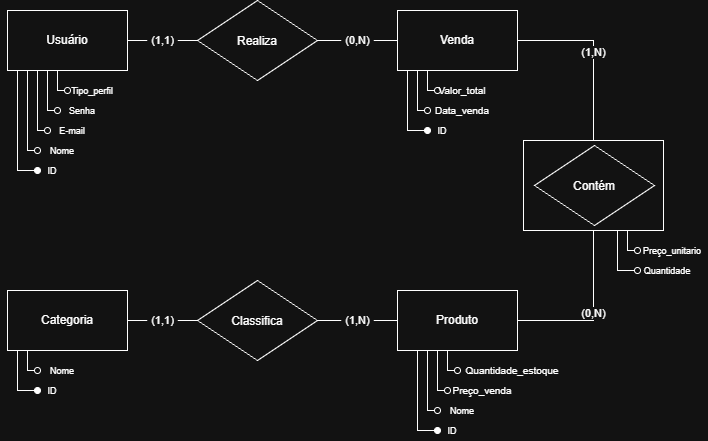
Above: Modelo_conceitual/Modelo_conceitual.drawio.png in nycollasHolanda/Trilha_Back-end (draw.io), before the change. Source tidied: cells renumbered, new cells last; positions are measured from the earlier drawing's top-left corner, leaving out a move shared by most shapes.
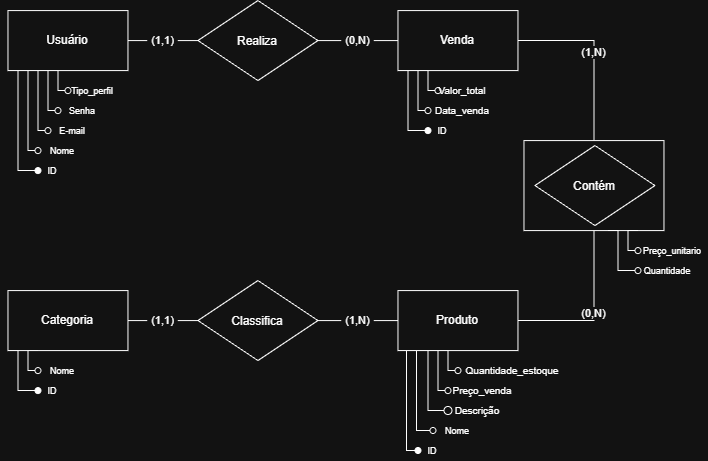
Later version of the same file.

Commit message:
docs: adiciona o atributo descrição ao modelo conceitual e lógico

Diff of the diagram source:
```diff
@@ -2,22 +2,22 @@
   <root>
     <mxCell id="0" />
     <mxCell id="1" parent="0" />
-    <mxCell id="2" style="edgeStyle=orthogonalEdgeStyle;rounded=0;jettySize=auto;html=1;exitX=0;exitY=1;exitDx=0;exitDy=0;defaultLabelBackgroundColor=page;labelPadding=0 4;endArrow=oval;endFill=1;entryX=0;entryY=0.5;entryDx=0;entryDy=0;" parent="1" edge="1" source="7" target="8">
-      <mxGeometry x="-0.45" relative="1" as="geometry">
-        <Array as="points">
-          <mxPoint x="10" y="70" />
-          <mxPoint x="10" y="170" />
-        </Array>
-      </mxGeometry>
-    </mxCell>
-    <mxCell id="3" style="edgeStyle=orthogonalEdgeStyle;rounded=0;jettySize=auto;html=1;exitX=0.25;exitY=1;exitDx=0;exitDy=0;defaultLabelBackgroundColor=page;labelPadding=0 4;endArrow=oval;endFill=0;entryX=0;entryY=0.5;entryDx=0;entryDy=0;" parent="1" edge="1" source="7" target="9">
-      <mxGeometry x="0.33" relative="1" as="geometry">
-        <Array as="points">
-          <mxPoint x="20" y="70" />
-          <mxPoint x="20" y="150" />
-        </Array>
-      </mxGeometry>
-    </mxCell>
+    <mxCell id="48" style="edgeStyle=orthogonalEdgeStyle;rounded=0;jettySize=auto;html=1;exitX=0;exitY=1;exitDx=0;exitDy=0;defaultLabelBackgroundColor=page;labelPadding=0 4;endArrow=oval;endFill=1;entryX=0;entryY=0.5;entryDx=0;entryDy=0;" parent="1" edge="1" source="7" target="50">
+      <mxGeometry x="-0.45" relative="1" as="geometry">
+        <Array as="points">
+          <mxPoint x="10" y="70" />
+          <mxPoint x="10" y="170" />
+        </Array>
+      </mxGeometry>
+    </mxCell>
+    <mxCell id="49" style="edgeStyle=orthogonalEdgeStyle;rounded=0;jettySize=auto;html=1;exitX=0.25;exitY=1;exitDx=0;exitDy=0;defaultLabelBackgroundColor=page;labelPadding=0 4;endArrow=oval;endFill=0;entryX=0;entryY=0.5;entryDx=0;entryDy=0;" parent="1" edge="1" source="7" target="51">
+      <mxGeometry x="0.33" relative="1" as="geometry">
+        <Array as="points">
+          <mxPoint x="20" y="70" />
+          <mxPoint x="20" y="150" />
+        </Array>
+      </mxGeometry>
+    </mxCell>
     <mxCell id="4" style="edgeStyle=orthogonalEdgeStyle;rounded=0;jettySize=auto;html=1;exitX=0;exitY=1;exitDx=0;exitDy=0;defaultLabelBackgroundColor=page;labelPadding=0 4;endArrow=oval;endFill=0;entryX=0;entryY=0.5;entryDx=0;entryDy=0;" parent="1" edge="1" source="7" target="10">
       <mxGeometry x="-0.06" relative="1" as="geometry">
         <Array as="points">
@@ -46,12 +46,12 @@
     <mxCell id="7" value="Usuário" style="rounded=0;whiteSpace=wrap;html=1;" parent="1" vertex="1">
       <mxGeometry y="10" width="120" height="60" as="geometry" />
     </mxCell>
-    <mxCell id="8" value="&lt;font style=&quot;font-size: 9px;&quot;&gt;ID&lt;/font&gt;" style="text;html=1;whiteSpace=wrap;strokeColor=none;fillColor=none;align=center;verticalAlign=middle;rounded=0;" parent="1" vertex="1">
-      <mxGeometry x="30" y="160" width="30" height="20" as="geometry" />
-    </mxCell>
-    <mxCell id="9" value="&lt;font style=&quot;font-size: 9px;&quot;&gt;Nome&lt;/font&gt;" style="text;html=1;whiteSpace=wrap;strokeColor=none;fillColor=none;align=center;verticalAlign=middle;rounded=0;" parent="1" vertex="1">
-      <mxGeometry x="30" y="140" width="50" height="20" as="geometry" />
-    </mxCell>
+    <mxCell id="50" value="&lt;font style=&quot;font-size: 9px;&quot;&gt;ID&lt;/font&gt;" style="text;html=1;whiteSpace=wrap;strokeColor=none;fillColor=none;align=center;verticalAlign=middle;rounded=0;" parent="1" vertex="1">
+      <mxGeometry x="30" y="160" width="30" height="20" as="geometry" />
+    </mxCell>
+    <mxCell id="51" value="&lt;font style=&quot;font-size: 9px;&quot;&gt;Nome&lt;/font&gt;" style="text;html=1;whiteSpace=wrap;strokeColor=none;fillColor=none;align=center;verticalAlign=middle;rounded=0;" parent="1" vertex="1">
+      <mxGeometry x="30" y="140" width="50" height="20" as="geometry" />
+    </mxCell>
     <mxCell id="10" value="&lt;font style=&quot;font-size: 9px;&quot;&gt;E-mail&lt;/font&gt;" style="text;html=1;whiteSpace=wrap;strokeColor=none;fillColor=none;align=center;verticalAlign=middle;rounded=0;" parent="1" vertex="1">
       <mxGeometry x="40" y="120" width="50" height="20" as="geometry" />
     </mxCell>
@@ -72,14 +72,14 @@
     <mxCell id="15" value="(1,1)" style="edgeStyle=orthogonalEdgeStyle;rounded=0;jettySize=auto;html=1;exitX=1;exitY=0.5;exitDx=0;exitDy=0;entryX=0;entryY=0.5;entryDx=0;entryDy=0;defaultLabelBackgroundColor=page;labelPadding=0 4;startArrow=none;startFill=0;endArrow=none;endFill=0;shadow=0;" parent="1" edge="1" source="7" target="14">
       <mxGeometry relative="1" as="geometry" />
     </mxCell>
-    <mxCell id="16" style="edgeStyle=orthogonalEdgeStyle;rounded=0;jettySize=auto;html=1;exitX=0;exitY=1;exitDx=0;exitDy=0;defaultLabelBackgroundColor=page;labelPadding=0 4;endArrow=oval;endFill=1;entryX=0;entryY=0.5;entryDx=0;entryDy=0;" parent="1" edge="1" source="20" target="21">
-      <mxGeometry x="0.04" relative="1" as="geometry">
-        <Array as="points">
-          <mxPoint x="400" y="70" />
-          <mxPoint x="400" y="130" />
-        </Array>
-      </mxGeometry>
-    </mxCell>
+    <mxCell id="52" style="edgeStyle=orthogonalEdgeStyle;rounded=0;jettySize=auto;html=1;exitX=0;exitY=1;exitDx=0;exitDy=0;defaultLabelBackgroundColor=page;labelPadding=0 4;endArrow=oval;endFill=1;entryX=0;entryY=0.5;entryDx=0;entryDy=0;" parent="1" edge="1" source="20" target="53">
+      <mxGeometry x="0.04" relative="1" as="geometry">
+        <Array as="points">
+          <mxPoint x="400" y="70" />
+          <mxPoint x="400" y="130" />
+        </Array>
+      </mxGeometry>
+    </mxCell>
     <mxCell id="17" style="edgeStyle=orthogonalEdgeStyle;rounded=0;jettySize=auto;html=1;exitX=0.25;exitY=1;exitDx=0;exitDy=0;defaultLabelBackgroundColor=page;labelPadding=0 4;endArrow=oval;endFill=0;entryX=0;entryY=0.5;entryDx=0;entryDy=0;" parent="1" edge="1" source="20" target="22">
       <mxGeometry x="0.33" relative="1" as="geometry">
         <Array as="points">
@@ -96,64 +96,65 @@
         </Array>
       </mxGeometry>
     </mxCell>
-    <mxCell id="19" value="(1,N)" style="edgeStyle=orthogonalEdgeStyle;rounded=0;jettySize=auto;html=1;exitX=1;exitY=0.5;exitDx=0;exitDy=0;defaultLabelBackgroundColor=page;labelPadding=0 4;endArrow=none;endFill=0;entryX=0.5;entryY=0;entryDx=0;entryDy=0;" parent="1" edge="1" source="20" target="42">
+    <mxCell id="19" value="(1,N)" style="edgeStyle=orthogonalEdgeStyle;rounded=0;jettySize=auto;html=1;exitX=1;exitY=0.5;exitDx=0;exitDy=0;defaultLabelBackgroundColor=page;labelPadding=0 4;endArrow=none;endFill=0;entryX=0.5;entryY=0;entryDx=0;entryDy=0;" parent="1" edge="1" source="20" target="63">
       <mxGeometry relative="1" as="geometry" />
     </mxCell>
     <mxCell id="20" value="Venda" style="rounded=0;whiteSpace=wrap;html=1;" parent="1" vertex="1">
       <mxGeometry x="390" y="10" width="120" height="60" as="geometry" />
     </mxCell>
-    <mxCell id="21" value="&lt;font style=&quot;font-size: 9px;&quot;&gt;ID&lt;/font&gt;" style="text;html=1;whiteSpace=wrap;strokeColor=none;fillColor=none;align=center;verticalAlign=middle;rounded=0;" parent="1" vertex="1">
-      <mxGeometry x="420" y="120" width="30" height="20" as="geometry" />
-    </mxCell>
+    <mxCell id="53" value="&lt;font style=&quot;font-size: 9px;&quot;&gt;ID&lt;/font&gt;" style="text;html=1;whiteSpace=wrap;strokeColor=none;fillColor=none;align=center;verticalAlign=middle;rounded=0;" parent="1" vertex="1">
+      <mxGeometry x="420" y="120" width="30" height="20" as="geometry" />
+    </mxCell>
     <mxCell id="22" value="&lt;font size=&quot;1&quot;&gt;Data_venda&lt;/font&gt;" style="text;html=1;whiteSpace=wrap;strokeColor=none;fillColor=none;align=center;verticalAlign=middle;rounded=0;" parent="1" vertex="1">
       <mxGeometry x="420" y="100" width="70" height="20" as="geometry" />
     </mxCell>
     <mxCell id="23" value="&lt;font size=&quot;1&quot;&gt;Valor_total&lt;/font&gt;" style="text;html=1;whiteSpace=wrap;strokeColor=none;fillColor=none;align=center;verticalAlign=middle;rounded=0;" parent="1" vertex="1">
       <mxGeometry x="430" y="80" width="50" height="20" as="geometry" />
     </mxCell>
-    <mxCell id="24" style="edgeStyle=orthogonalEdgeStyle;rounded=0;jettySize=auto;html=1;exitX=0;exitY=1;exitDx=0;exitDy=0;defaultLabelBackgroundColor=page;labelPadding=0 4;endArrow=oval;endFill=1;entryX=0;entryY=0.5;entryDx=0;entryDy=0;" parent="1" edge="1" source="27" target="28">
-      <mxGeometry x="-0.45" relative="1" as="geometry">
-        <Array as="points">
-          <mxPoint x="10" y="350" />
-          <mxPoint x="10" y="390" />
-        </Array>
-      </mxGeometry>
-    </mxCell>
-    <mxCell id="25" style="edgeStyle=orthogonalEdgeStyle;rounded=0;jettySize=auto;html=1;exitX=0.25;exitY=1;exitDx=0;exitDy=0;defaultLabelBackgroundColor=page;labelPadding=0 4;endArrow=oval;endFill=0;entryX=0;entryY=0.5;entryDx=0;entryDy=0;" parent="1" edge="1" source="27" target="29">
-      <mxGeometry x="0.33" relative="1" as="geometry">
-        <Array as="points">
-          <mxPoint x="20" y="350" />
-          <mxPoint x="20" y="370" />
-        </Array>
-      </mxGeometry>
-    </mxCell>
+    <mxCell id="54" style="edgeStyle=orthogonalEdgeStyle;rounded=0;jettySize=auto;html=1;exitX=0;exitY=1;exitDx=0;exitDy=0;defaultLabelBackgroundColor=page;labelPadding=0 4;endArrow=oval;endFill=1;entryX=0;entryY=0.5;entryDx=0;entryDy=0;" parent="1" edge="1" source="27" target="56">
+      <mxGeometry x="-0.45" relative="1" as="geometry">
+        <Array as="points">
+          <mxPoint x="10" y="350" />
+          <mxPoint x="10" y="390" />
+        </Array>
+      </mxGeometry>
+    </mxCell>
+    <mxCell id="55" style="edgeStyle=orthogonalEdgeStyle;rounded=0;jettySize=auto;html=1;exitX=0.25;exitY=1;exitDx=0;exitDy=0;defaultLabelBackgroundColor=page;labelPadding=0 4;endArrow=oval;endFill=0;entryX=0;entryY=0.5;entryDx=0;entryDy=0;" parent="1" edge="1" source="27" target="57">
+      <mxGeometry x="0.33" relative="1" as="geometry">
+        <Array as="points">
+          <mxPoint x="20" y="350" />
+          <mxPoint x="20" y="370" />
+        </Array>
+      </mxGeometry>
+    </mxCell>
     <mxCell id="26" value="(1,1)" style="edgeStyle=orthogonalEdgeStyle;rounded=0;jettySize=auto;html=1;exitX=1;exitY=0.5;exitDx=0;exitDy=0;entryX=0;entryY=0.5;entryDx=0;entryDy=0;defaultLabelBackgroundColor=page;labelPadding=0 4;endArrow=none;endFill=0;" parent="1" edge="1" source="27" target="40">
       <mxGeometry relative="1" as="geometry" />
     </mxCell>
     <mxCell id="27" value="Categoria" style="rounded=0;whiteSpace=wrap;html=1;" parent="1" vertex="1">
       <mxGeometry y="290" width="120" height="60" as="geometry" />
     </mxCell>
-    <mxCell id="28" value="&lt;font style=&quot;font-size: 9px;&quot;&gt;ID&lt;/font&gt;" style="text;html=1;whiteSpace=wrap;strokeColor=none;fillColor=none;align=center;verticalAlign=middle;rounded=0;" parent="1" vertex="1">
-      <mxGeometry x="30" y="380" width="30" height="20" as="geometry" />
-    </mxCell>
-    <mxCell id="29" value="&lt;font style=&quot;font-size: 9px;&quot;&gt;Nome&lt;/font&gt;" style="text;html=1;whiteSpace=wrap;strokeColor=none;fillColor=none;align=center;verticalAlign=middle;rounded=0;" parent="1" vertex="1">
-      <mxGeometry x="30" y="360" width="50" height="20" as="geometry" />
-    </mxCell>
-    <mxCell id="30" style="edgeStyle=orthogonalEdgeStyle;rounded=0;jettySize=auto;html=1;exitX=0;exitY=1;exitDx=0;exitDy=0;defaultLabelBackgroundColor=page;labelPadding=0 4;endArrow=oval;endFill=1;entryX=0;entryY=0.5;entryDx=0;entryDy=0;" parent="1" edge="1" source="34" target="35">
-      <mxGeometry x="-0.27" relative="1" as="geometry">
-        <Array as="points">
-          <mxPoint x="410" y="350" />
-          <mxPoint x="410" y="430" />
-        </Array>
-      </mxGeometry>
-    </mxCell>
-    <mxCell id="31" style="edgeStyle=orthogonalEdgeStyle;rounded=0;jettySize=auto;html=1;exitX=0.25;exitY=1;exitDx=0;exitDy=0;defaultLabelBackgroundColor=page;labelPadding=0 4;endArrow=oval;endFill=0;entryX=0;entryY=0.5;entryDx=0;entryDy=0;" parent="1" edge="1" source="34" target="36">
-      <mxGeometry x="0.33" relative="1" as="geometry">
-        <Array as="points">
-          <mxPoint x="420" y="410" />
-        </Array>
-      </mxGeometry>
-    </mxCell>
+    <mxCell id="56" value="&lt;font style=&quot;font-size: 9px;&quot;&gt;ID&lt;/font&gt;" style="text;html=1;whiteSpace=wrap;strokeColor=none;fillColor=none;align=center;verticalAlign=middle;rounded=0;" parent="1" vertex="1">
+      <mxGeometry x="30" y="380" width="30" height="20" as="geometry" />
+    </mxCell>
+    <mxCell id="57" value="&lt;font style=&quot;font-size: 9px;&quot;&gt;Nome&lt;/font&gt;" style="text;html=1;whiteSpace=wrap;strokeColor=none;fillColor=none;align=center;verticalAlign=middle;rounded=0;" parent="1" vertex="1">
+      <mxGeometry x="30" y="360" width="50" height="20" as="geometry" />
+    </mxCell>
+    <mxCell id="58" style="edgeStyle=orthogonalEdgeStyle;rounded=0;jettySize=auto;html=1;exitX=0;exitY=1;exitDx=0;exitDy=0;defaultLabelBackgroundColor=page;labelPadding=0 4;endArrow=oval;endFill=1;entryX=0;entryY=0.5;entryDx=0;entryDy=0;" parent="1" edge="1" source="34" target="61">
+      <mxGeometry x="-0.26" relative="1" as="geometry">
+        <Array as="points">
+          <mxPoint x="398.5" y="350" />
+          <mxPoint x="398.5" y="449.9" />
+        </Array>
+      </mxGeometry>
+    </mxCell>
+    <mxCell id="59" style="edgeStyle=orthogonalEdgeStyle;rounded=0;jettySize=auto;html=1;exitX=0.25;exitY=1;exitDx=0;exitDy=0;defaultLabelBackgroundColor=page;labelPadding=0 4;endArrow=oval;endFill=0;entryX=0;entryY=0.5;entryDx=0;entryDy=0;" parent="1" edge="1" source="34" target="62">
+      <mxGeometry x="0.34" relative="1" as="geometry">
+        <Array as="points">
+          <mxPoint x="408.5" y="350" />
+          <mxPoint x="408.5" y="429.9" />
+        </Array>
+      </mxGeometry>
+    </mxCell>
     <mxCell id="32" style="edgeStyle=orthogonalEdgeStyle;rounded=0;jettySize=auto;html=1;exitX=0;exitY=1;exitDx=0;exitDy=0;defaultLabelBackgroundColor=page;labelPadding=0 4;endArrow=oval;endFill=0;entryX=0;entryY=0.5;entryDx=0;entryDy=0;" parent="1" edge="1" source="34" target="37">
       <mxGeometry x="-0.18" relative="1" as="geometry">
         <Array as="points">
@@ -171,15 +172,18 @@
         </Array>
       </mxGeometry>
     </mxCell>
+    <mxCell id="60" style="edgeStyle=orthogonalEdgeStyle;rounded=0;jettySize=auto;html=1;exitX=0.25;exitY=1;exitDx=0;exitDy=0;fontSize=12;defaultLabelBackgroundColor=page;labelPadding=0 4;startSize=8;endSize=8;endArrow=oval;endFill=0;entryX=0;entryY=0.5;entryDx=0;entryDy=0;" parent="1" edge="1" source="34" target="66">
+      <mxGeometry relative="1" as="geometry" />
+    </mxCell>
     <mxCell id="34" value="Produto" style="rounded=0;whiteSpace=wrap;html=1;" parent="1" vertex="1">
       <mxGeometry x="390" y="290" width="120" height="60" as="geometry" />
     </mxCell>
-    <mxCell id="35" value="&lt;font style=&quot;font-size: 9px;&quot;&gt;ID&lt;/font&gt;" style="text;html=1;whiteSpace=wrap;strokeColor=none;fillColor=none;align=center;verticalAlign=middle;rounded=0;" parent="1" vertex="1">
-      <mxGeometry x="430" y="420" width="30" height="20" as="geometry" />
-    </mxCell>
-    <mxCell id="36" value="&lt;font style=&quot;font-size: 9px;&quot;&gt;Nome&lt;/font&gt;" style="text;html=1;whiteSpace=wrap;strokeColor=none;fillColor=none;align=center;verticalAlign=middle;rounded=0;" parent="1" vertex="1">
-      <mxGeometry x="430" y="400" width="50" height="20" as="geometry" />
-    </mxCell>
+    <mxCell id="61" value="&lt;font style=&quot;font-size: 9px;&quot;&gt;ID&lt;/font&gt;" style="text;html=1;whiteSpace=wrap;strokeColor=none;fillColor=none;align=center;verticalAlign=middle;rounded=0;" parent="1" vertex="1">
+      <mxGeometry x="410" y="439.9" width="30" height="20" as="geometry" />
+    </mxCell>
+    <mxCell id="62" value="&lt;font style=&quot;font-size: 9px;&quot;&gt;Nome&lt;/font&gt;" style="text;html=1;whiteSpace=wrap;strokeColor=none;fillColor=none;align=center;verticalAlign=middle;rounded=0;" parent="1" vertex="1">
+      <mxGeometry x="425" y="419.9" width="50" height="20" as="geometry" />
+    </mxCell>
     <mxCell id="37" value="&lt;font size=&quot;1&quot;&gt;Preço_venda&lt;/font&gt;" style="text;html=1;whiteSpace=wrap;strokeColor=none;fillColor=none;align=center;verticalAlign=middle;rounded=0;" parent="1" vertex="1">
       <mxGeometry x="440" y="380" width="70" height="20" as="geometry" />
     </mxCell>
@@ -192,38 +196,41 @@
     <mxCell id="40" value="&lt;div&gt;Classifica&lt;/div&gt;&lt;div&gt;&lt;br&gt;&lt;/div&gt;" style="rhombus;whiteSpace=wrap;html=1;shapeInside=1;" parent="1" vertex="1">
       <mxGeometry x="190" y="280" width="120" height="80" as="geometry" />
     </mxCell>
-    <mxCell id="41" value="(0,N)" style="edgeStyle=orthogonalEdgeStyle;rounded=0;jettySize=auto;html=1;exitX=0.5;exitY=1;exitDx=0;exitDy=0;entryX=1;entryY=0.5;entryDx=0;entryDy=0;defaultLabelBackgroundColor=page;labelPadding=0 4;endArrow=none;endFill=0;" parent="1" edge="1" source="42" target="34">
+    <mxCell id="41" value="(0,N)" style="edgeStyle=orthogonalEdgeStyle;rounded=0;jettySize=auto;html=1;exitX=0.5;exitY=1;exitDx=0;exitDy=0;entryX=1;entryY=0.5;entryDx=0;entryDy=0;defaultLabelBackgroundColor=page;labelPadding=0 4;endArrow=none;endFill=0;" parent="1" edge="1" source="63" target="34">
       <mxGeometry relative="1" as="geometry" />
     </mxCell>
-    <mxCell id="42" style="rounded=0;whiteSpace=wrap;html=1;" parent="1" vertex="1">
-      <mxGeometry x="516" y="140" width="140" height="90" as="geometry" />
-    </mxCell>
+    <mxCell id="63" style="rounded=0;whiteSpace=wrap;html=1;" parent="1" vertex="1">
+      <mxGeometry x="516" y="140" width="140" height="90" as="geometry" />
+    </mxCell>
     <mxCell id="43" value="&lt;div&gt;Contém&lt;/div&gt;" style="rhombus;whiteSpace=wrap;html=1;shapeInside=1;direction=west;" parent="1" vertex="1">
       <mxGeometry x="527" y="145" width="120" height="80" as="geometry" />
     </mxCell>
-    <mxCell id="44" style="edgeStyle=orthogonalEdgeStyle;rounded=0;jettySize=auto;html=1;exitX=0;exitY=1;exitDx=0;exitDy=0;defaultLabelBackgroundColor=page;labelPadding=0 4;endArrow=oval;endFill=0;entryX=0;entryY=0.5;entryDx=0;entryDy=0;" parent="1" edge="1" target="46">
-      <mxGeometry x="-0.45" relative="1" as="geometry">
-        <mxPoint x="600" y="230" as="sourcePoint" />
-        <Array as="points">
-          <mxPoint x="610" y="230" />
-          <mxPoint x="610" y="270" />
-        </Array>
-      </mxGeometry>
-    </mxCell>
-    <mxCell id="45" style="edgeStyle=orthogonalEdgeStyle;rounded=0;jettySize=auto;html=1;exitX=0.25;exitY=1;exitDx=0;exitDy=0;defaultLabelBackgroundColor=page;labelPadding=0 4;endArrow=oval;endFill=0;entryX=0;entryY=0.5;entryDx=0;entryDy=0;" parent="1" edge="1" target="47">
-      <mxGeometry x="0.33" relative="1" as="geometry">
-        <mxPoint x="630" y="230" as="sourcePoint" />
-        <Array as="points">
-          <mxPoint x="620" y="230" />
-          <mxPoint x="620" y="250" />
-        </Array>
-      </mxGeometry>
-    </mxCell>
+    <mxCell id="64" style="edgeStyle=orthogonalEdgeStyle;rounded=0;jettySize=auto;html=1;exitX=0;exitY=1;exitDx=0;exitDy=0;defaultLabelBackgroundColor=page;labelPadding=0 4;endArrow=oval;endFill=0;entryX=0;entryY=0.5;entryDx=0;entryDy=0;" parent="1" edge="1" target="46">
+      <mxGeometry x="-0.45" relative="1" as="geometry">
+        <mxPoint x="600" y="230" as="sourcePoint" />
+        <Array as="points">
+          <mxPoint x="610" y="230" />
+          <mxPoint x="610" y="270" />
+        </Array>
+      </mxGeometry>
+    </mxCell>
+    <mxCell id="65" style="edgeStyle=orthogonalEdgeStyle;rounded=0;jettySize=auto;html=1;exitX=0.25;exitY=1;exitDx=0;exitDy=0;defaultLabelBackgroundColor=page;labelPadding=0 4;endArrow=oval;endFill=0;entryX=0;entryY=0.5;entryDx=0;entryDy=0;" parent="1" edge="1" target="47">
+      <mxGeometry x="0.33" relative="1" as="geometry">
+        <mxPoint x="630" y="230" as="sourcePoint" />
+        <Array as="points">
+          <mxPoint x="620" y="230" />
+          <mxPoint x="620" y="250" />
+        </Array>
+      </mxGeometry>
+    </mxCell>
     <mxCell id="46" value="&lt;font style=&quot;font-size: 9px;&quot;&gt;Quantidade&lt;/font&gt;" style="text;html=1;whiteSpace=wrap;strokeColor=none;fillColor=none;align=center;verticalAlign=middle;rounded=0;" parent="1" vertex="1">
       <mxGeometry x="630" y="260" width="60" height="20" as="geometry" />
     </mxCell>
     <mxCell id="47" value="&lt;font style=&quot;font-size: 9px;&quot;&gt;Preço_unitario&lt;/font&gt;" style="text;html=1;whiteSpace=wrap;strokeColor=none;fillColor=none;align=center;verticalAlign=middle;rounded=0;" parent="1" vertex="1">
       <mxGeometry x="630" y="240" width="70" height="20" as="geometry" />
     </mxCell>
+    <mxCell id="66" value="&lt;font size=&quot;1&quot;&gt;Descrição&lt;/font&gt;" style="text;html=1;whiteSpace=wrap;strokeColor=none;fillColor=none;align=center;verticalAlign=middle;rounded=0;" parent="1" vertex="1">
+      <mxGeometry x="440" y="399.9" width="60" height="20" as="geometry" />
+    </mxCell>
   </root>
 </mxGraphModel>
```
